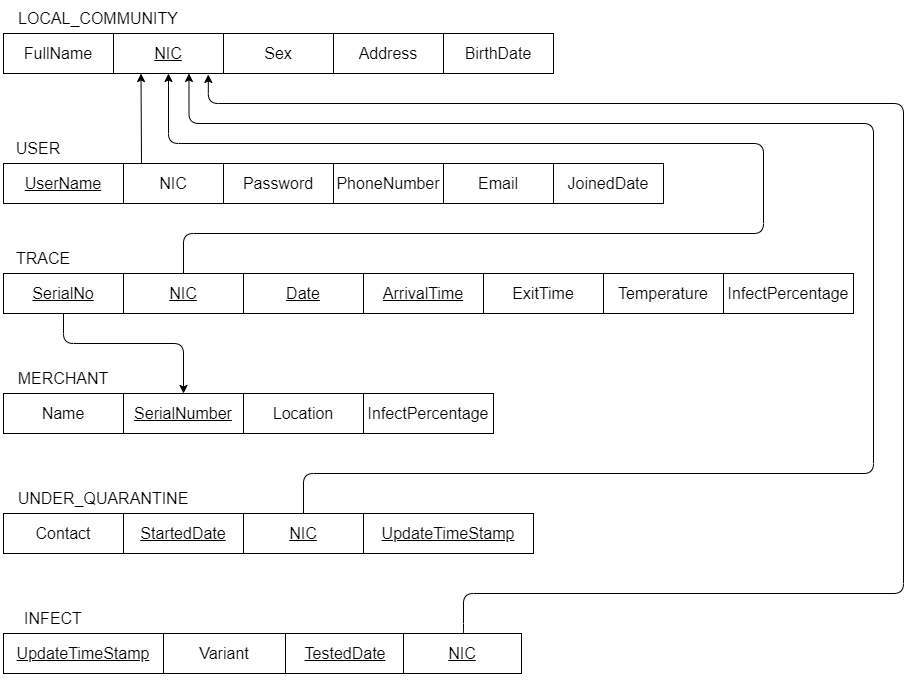
cepdnaclk/e17-3yp-Covid-Tracer keeps this draw.io diagram as Database system/Logical Schema-System.png. Above is the earlier version. Source tidied: cells renumbered, new cells last; positions are measured from the earlier drawing's top-left corner, leaving out a move shared by most shapes.
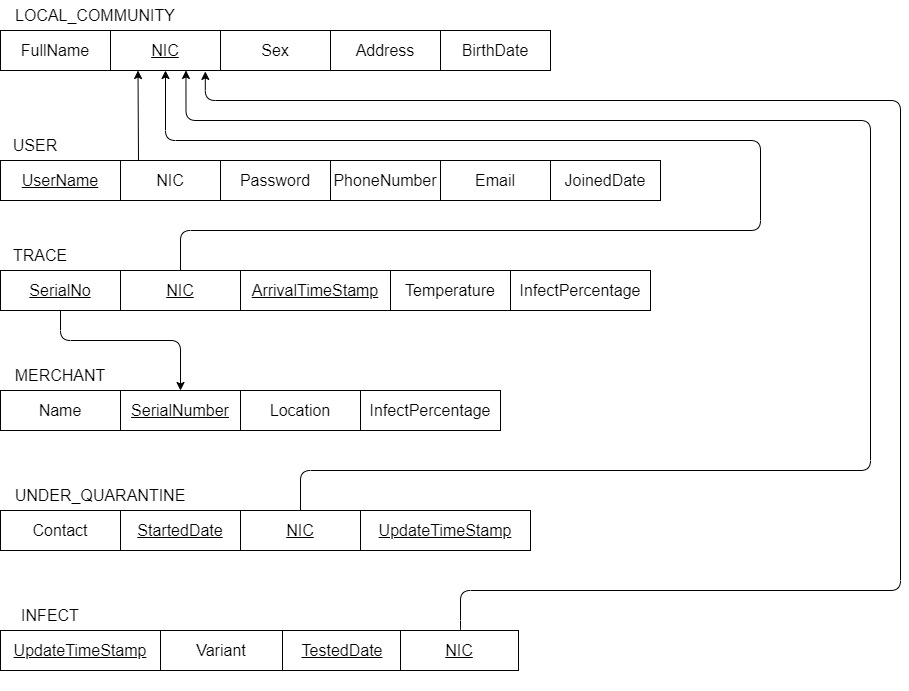
The same file after the commit.

Commit message:
removed exit time from trace

Change to the diagram source:
```diff
@@ -89,7 +89,7 @@
       </mxGeometry>
     </mxCell>
     <mxCell id="20" style="group;" parent="1" vertex="1">
-      <mxGeometry x="40" y="390" width="490" height="40" as="geometry" />
+      <mxGeometry x="40" y="390" width="500" height="40" as="geometry" />
     </mxCell>
     <mxCell id="21" style="group;" parent="20" vertex="1">
       <mxGeometry width="360" height="40" as="geometry" />
@@ -104,13 +104,13 @@
       <mxGeometry x="240" width="120" height="40" as="geometry" />
     </mxCell>
     <mxCell id="25" value="&lt;font size=&quot;3&quot;&gt;InfectPercentage&lt;/font&gt;" style="rounded=0;whiteSpace=wrap;html=1;fillColor=#FFFFFF;" parent="20" vertex="1">
-      <mxGeometry x="360" width="130" height="40" as="geometry" />
+      <mxGeometry x="360" width="140" height="40" as="geometry" />
     </mxCell>
     <mxCell id="26" style="group;" parent="1" vertex="1">
       <mxGeometry x="40" y="270" width="850" height="40" as="geometry" />
     </mxCell>
     <mxCell id="27" style="group;" parent="26" vertex="1">
-      <mxGeometry width="720" height="40" as="geometry" />
+      <mxGeometry width="760" height="40" as="geometry" />
     </mxCell>
     <mxCell id="28" style="group;" parent="27" vertex="1">
       <mxGeometry width="600" height="40" as="geometry" />
@@ -121,20 +121,14 @@
     <mxCell id="30" value="&lt;font size=&quot;3&quot;&gt;&lt;u&gt;NIC&lt;/u&gt;&lt;/font&gt;" style="rounded=0;whiteSpace=wrap;html=1;fillColor=#FFFFFF;" parent="28" vertex="1">
       <mxGeometry x="120" width="120" height="40" as="geometry" />
     </mxCell>
-    <mxCell id="31" value="&lt;font size=&quot;3&quot;&gt;&lt;u&gt;Date&lt;/u&gt;&lt;/font&gt;" style="rounded=0;whiteSpace=wrap;html=1;fillColor=#FFFFFF;" parent="28" vertex="1">
-      <mxGeometry x="240" width="120" height="40" as="geometry" />
-    </mxCell>
-    <mxCell id="32" value="&lt;font size=&quot;3&quot;&gt;&lt;u&gt;ArrivalTime&lt;/u&gt;&lt;/font&gt;" style="rounded=0;whiteSpace=wrap;html=1;fillColor=#FFFFFF;" parent="28" vertex="1">
-      <mxGeometry x="360" width="120" height="40" as="geometry" />
+    <mxCell id="32" value="&lt;font size=&quot;3&quot;&gt;&lt;u&gt;ArrivalTimeStamp&lt;/u&gt;&lt;/font&gt;" style="rounded=0;whiteSpace=wrap;html=1;fillColor=#FFFFFF;" parent="28" vertex="1">
+      <mxGeometry x="240" width="150" height="40" as="geometry" />
     </mxCell>
-    <mxCell id="33" value="&lt;font size=&quot;3&quot;&gt;ExitTime&lt;/font&gt;" style="rounded=0;whiteSpace=wrap;html=1;fillColor=#FFFFFF;" parent="28" vertex="1">
-      <mxGeometry x="480" width="120" height="40" as="geometry" />
-    </mxCell>
-    <mxCell id="34" value="Temperature" style="rounded=0;whiteSpace=wrap;html=1;fontSize=16;" parent="27" vertex="1">
-      <mxGeometry x="600" width="120" height="40" as="geometry" />
+    <mxCell id="34" value="Temperature" style="rounded=0;whiteSpace=wrap;html=1;fontSize=16;" parent="28" vertex="1">
+      <mxGeometry x="390" width="120" height="40" as="geometry" />
     </mxCell>
-    <mxCell id="35" value="&lt;font size=&quot;3&quot;&gt;InfectPercentage&lt;/font&gt;" style="rounded=0;whiteSpace=wrap;html=1;fillColor=#FFFFFF;" parent="26" vertex="1">
-      <mxGeometry x="720" width="130" height="40" as="geometry" />
+    <mxCell id="35" value="&lt;font size=&quot;3&quot;&gt;InfectPercentage&lt;/font&gt;" style="rounded=0;whiteSpace=wrap;html=1;fillColor=#FFFFFF;" parent="27" vertex="1">
+      <mxGeometry x="510" width="140" height="40" as="geometry" />
     </mxCell>
     <mxCell id="36" style="group;" parent="1" vertex="1">
       <mxGeometry x="40" y="510" width="530" height="40" as="geometry" />
```
